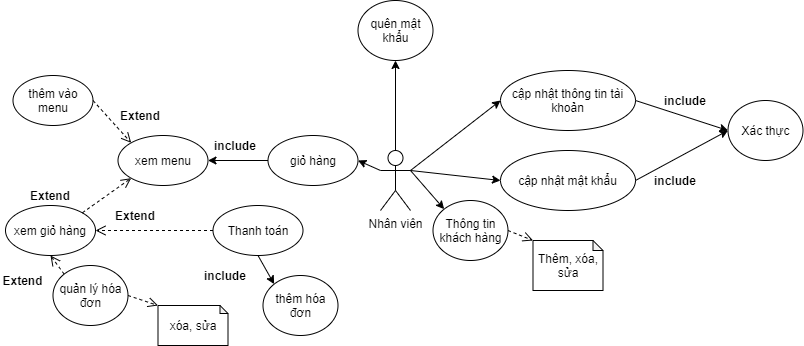
518H0090/FinalProjectAndroid keeps this draw.io diagram as Sơ đồ/nhân viên.png. Above is the earlier version. Source tidied: cells renumbered, new cells last; positions are measured from the earlier drawing's top-left corner, leaving out a move shared by most shapes.
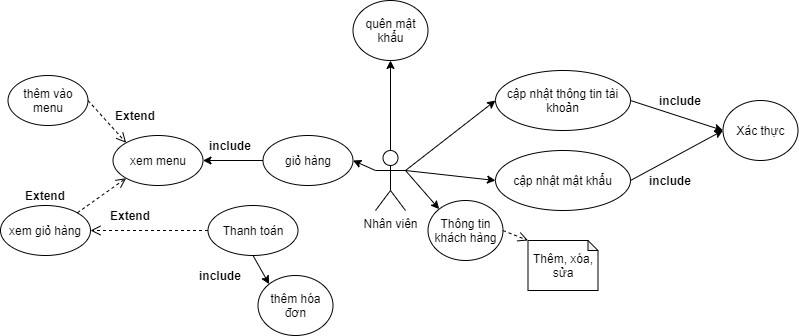
Above is the later version.

The edit, as a diff of the source:
```diff
@@ -101,20 +101,5 @@
     <mxCell id="34" value="Extend" style="text;align=center;fontStyle=1;verticalAlign=middle;spacingLeft=3;spacingRight=3;strokeColor=none;" parent="1" vertex="1">
       <mxGeometry x="112.5" y="205" width="45" height="20" as="geometry" />
     </mxCell>
-    <mxCell id="35" value="quản lý hóa đơn" style="ellipse;whiteSpace=wrap;html=1;" parent="1" vertex="1">
-      <mxGeometry x="52.5" y="265" width="75" height="60" as="geometry" />
-    </mxCell>
-    <mxCell id="36" style="html=1;verticalAlign=bottom;endArrow=open;dashed=1;endSize=8;entryX=0;entryY=0;entryDx=0;entryDy=0;exitX=1;exitY=0.5;exitDx=0;exitDy=0;entryPerimeter=0;" parent="1" edge="1" source="35" target="37">
-      <mxGeometry relative="1" as="geometry" />
-    </mxCell>
-    <mxCell id="37" value="xóa, sửa" style="shape=note;whiteSpace=wrap;html=1;backgroundOutline=1;darkOpacity=0.05;size=8;" parent="1" vertex="1">
-      <mxGeometry x="157.5" y="305" width="70" height="40" as="geometry" />
-    </mxCell>
-    <mxCell id="38" style="html=1;verticalAlign=bottom;endArrow=open;dashed=1;endSize=8;exitX=0;exitY=0;exitDx=0;exitDy=0;entryX=0.5;entryY=1;entryDx=0;entryDy=0;" parent="1" edge="1" source="35" target="30">
-      <mxGeometry relative="1" as="geometry" />
-    </mxCell>
-    <mxCell id="39" value="Extend" style="text;align=center;fontStyle=1;verticalAlign=middle;spacingLeft=3;spacingRight=3;strokeColor=none;" parent="1" vertex="1">
-      <mxGeometry y="270" width="45" height="20" as="geometry" />
-    </mxCell>
   </root>
 </mxGraphModel>
```
